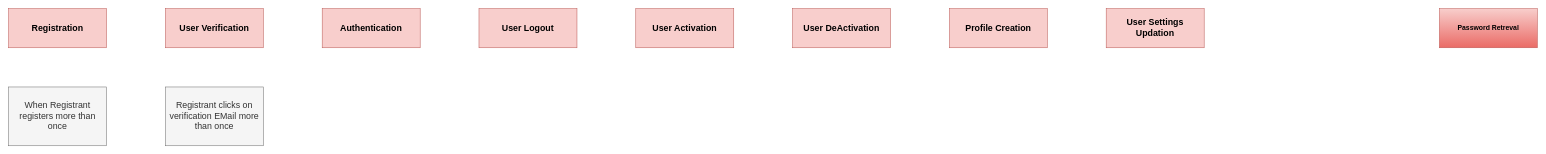
This is page "IdentityAccess-ExampleMapping" (7 of 7) of design/EventStorming.drawio from codefinity/oeuvre, a draw.io file, before an edit. Source tidied: cells renumbered, new cells numbered last; positions are measured from the earlier drawing's top-left corner, leaving out a move shared by most shapes. Both pictures are drawn from the tidied source at 49%, with x=0, y=0 at pixel (8, 8).
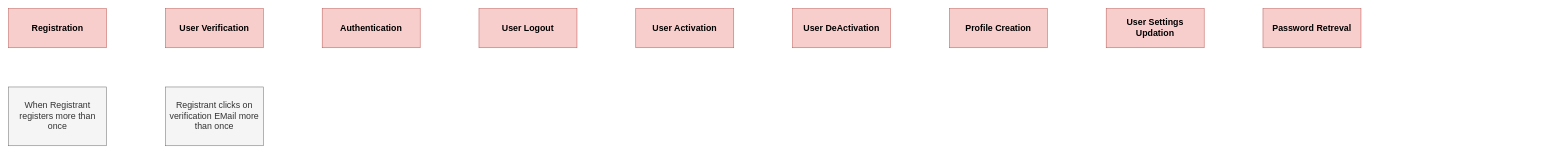
After the change.

Commit message (it also covers changes not shown here):
Updated Example Diagram

Diff of the diagram source:
```diff
@@
 <mxGraphModel>
   <root>
     <mxCell id="0" />
     <mxCell id="1" parent="0" />
     <mxCell id="2" value="Registration" style="rounded=0;whiteSpace=wrap;html=1;fontSize=18;fontStyle=1;fillColor=#f8cecc;strokeColor=#b85450;" parent="1" vertex="1">
       <mxGeometry width="200" height="80" as="geometry" />
     </mxCell>
     <mxCell id="3" value="Authentication" style="rounded=0;whiteSpace=wrap;html=1;fontSize=18;fontStyle=1;fillColor=#f8cecc;strokeColor=#b85450;" parent="1" vertex="1">
       <mxGeometry x="640" width="200" height="80" as="geometry" />
     </mxCell>
     <mxCell id="4" value="Profile Creation" style="rounded=0;whiteSpace=wrap;html=1;fontSize=18;fontStyle=1;fillColor=#f8cecc;strokeColor=#b85450;" parent="1" vertex="1">
       <mxGeometry x="1920" width="200" height="80" as="geometry" />
     </mxCell>
     <mxCell id="5" value="User Settings Updation" style="rounded=0;whiteSpace=wrap;html=1;fontSize=18;fontStyle=1;fillColor=#f8cecc;strokeColor=#b85450;" parent="1" vertex="1">
       <mxGeometry x="2240" width="200" height="80" as="geometry" />
     </mxCell>
     <mxCell id="6" value="User Activation" style="rounded=0;whiteSpace=wrap;html=1;fontSize=18;fontStyle=1;fillColor=#f8cecc;strokeColor=#b85450;" parent="1" vertex="1">
       <mxGeometry x="1280" width="200" height="80" as="geometry" />
     </mxCell>
     <mxCell id="7" value="User Logout" style="rounded=0;whiteSpace=wrap;html=1;fontSize=18;fontStyle=1;fillColor=#f8cecc;strokeColor=#b85450;" parent="1" vertex="1">
       <mxGeometry x="960" width="200" height="80" as="geometry" />
     </mxCell>
-    <mxCell id="8" value="Password Retreval" style="rounded=0;whiteSpace=wrap;html=1;fontSize=14;fontStyle=1;fillColor=#f8cecc;strokeColor=#b85450;gradientColor=#ea6b66;" parent="1" vertex="1">
-      <mxGeometry x="2920" width="200" height="80" as="geometry" />
+    <mxCell id="8" value="Password Retreval" style="rounded=0;whiteSpace=wrap;html=1;fontSize=18;fontStyle=1;fillColor=#f8cecc;strokeColor=#b85450;" parent="1" vertex="1">
+      <mxGeometry x="2560" width="200" height="80" as="geometry" />
     </mxCell>
     <mxCell id="9" value="User DeActivation" style="rounded=0;whiteSpace=wrap;html=1;fontSize=18;fontStyle=1;fillColor=#f8cecc;strokeColor=#b85450;" parent="1" vertex="1">
       <mxGeometry x="1600" width="200" height="80" as="geometry" />
     </mxCell>
     <mxCell id="10" value="When Registrant registers more than once" style="rounded=0;whiteSpace=wrap;html=1;fontSize=18;fillColor=#f5f5f5;strokeColor=#666666;fontColor=#333333;" parent="1" vertex="1">
       <mxGeometry y="160" width="200" height="120" as="geometry" />
     </mxCell>
     <mxCell id="11" value="User Verification" style="rounded=0;whiteSpace=wrap;html=1;fontSize=18;fontStyle=1;fillColor=#f8cecc;strokeColor=#b85450;" parent="1" vertex="1">
       <mxGeometry x="320" width="200" height="80" as="geometry" />
     </mxCell>
     <mxCell id="12" value="Registrant clicks on verification EMail more than once" style="rounded=0;whiteSpace=wrap;html=1;fontSize=18;fillColor=#f5f5f5;strokeColor=#666666;fontColor=#333333;" parent="1" vertex="1">
       <mxGeometry x="320" y="160" width="200" height="120" as="geometry" />
     </mxCell>
   </root>
 </mxGraphModel>
```
